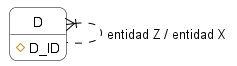
The PlantUML diagram diagramas/erd_reflexivo/erd_reflexivo.png in jhoelito123/tesis-django-orm, before a commit. Source of this version:
```plantuml
@startuml
skinparam roundcorner 15
skinparam shadowing false
skinparam class {
    BackgroundColor white
    BorderColor black
    ArrowColor black
}

hide circle
hide empty members

entity "D" as D {
    # D_ID
}

D }|.. D : "entidad Z / entidad X"

@enduml
```
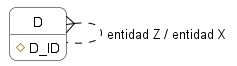
The same file after the commit.

What changed in the source:
```diff
@@ -14,6 +14,6 @@
     # D_ID
 }
 
-D }|.. D : "entidad Z / entidad X"
+D }.. D : "entidad Z / entidad X"
 
 @enduml
```
